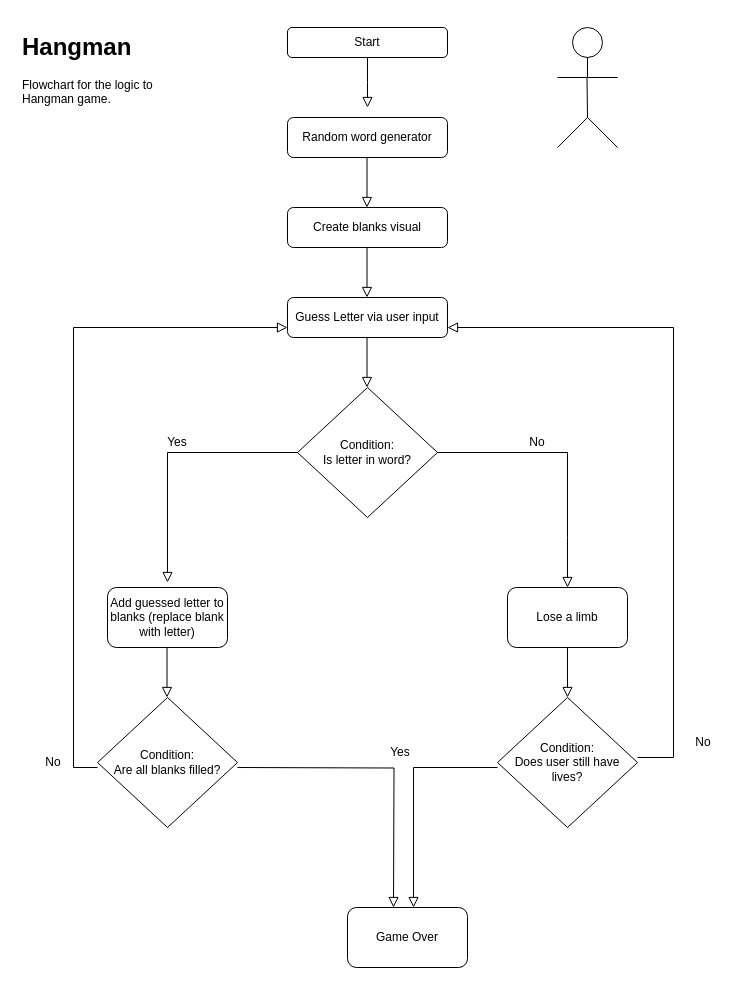
The draw.io diagram 100_days_of_python/demos/hangman_diagram.drawio in MelissaCurylo/python, before the edit. Source tidied: cells renumbered, new cells numbered last; positions are measured from the earlier drawing's top-left corner, leaving out a move shared by most shapes. Both pictures are drawn from the tidied source at 100%, with x=0, y=0 at pixel (17, 27).
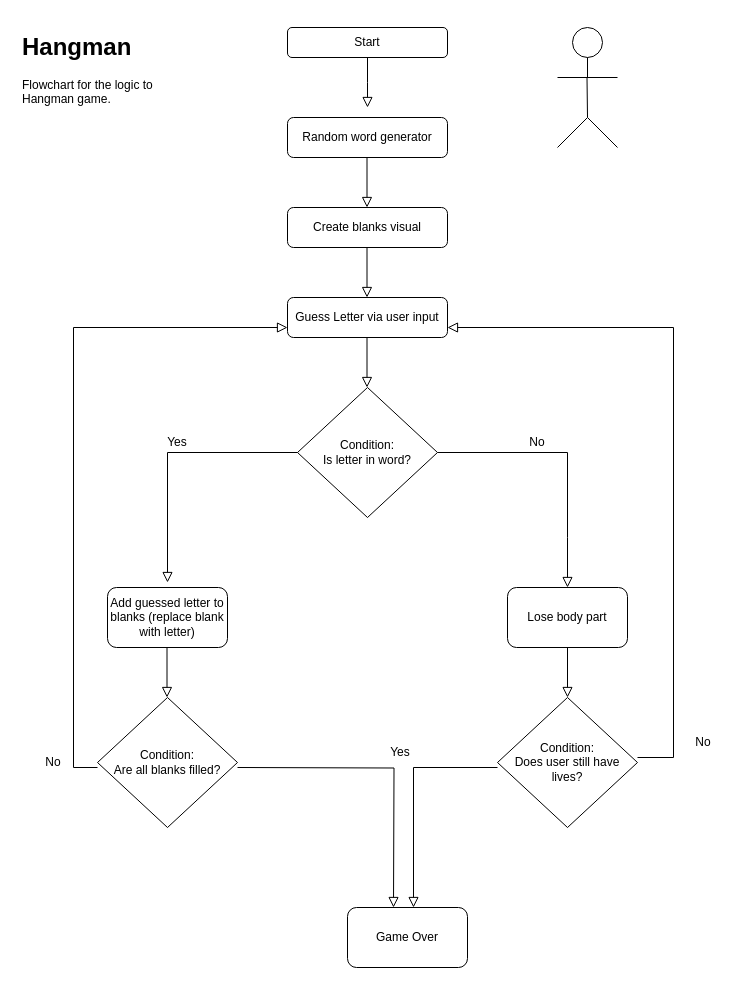
Above is the later version.

Change to the diagram source:
```diff
@@
-    <mxCell id="20" value="Lose a limb" style="rounded=1;whiteSpace=wrap;html=1;" parent="1" vertex="1">
+    <mxCell id="20" value="Lose body part" style="rounded=1;whiteSpace=wrap;html=1;" parent="1" vertex="1">
       <mxGeometry x="490" y="560" width="120" height="60" as="geometry" />
     </mxCell>
```
